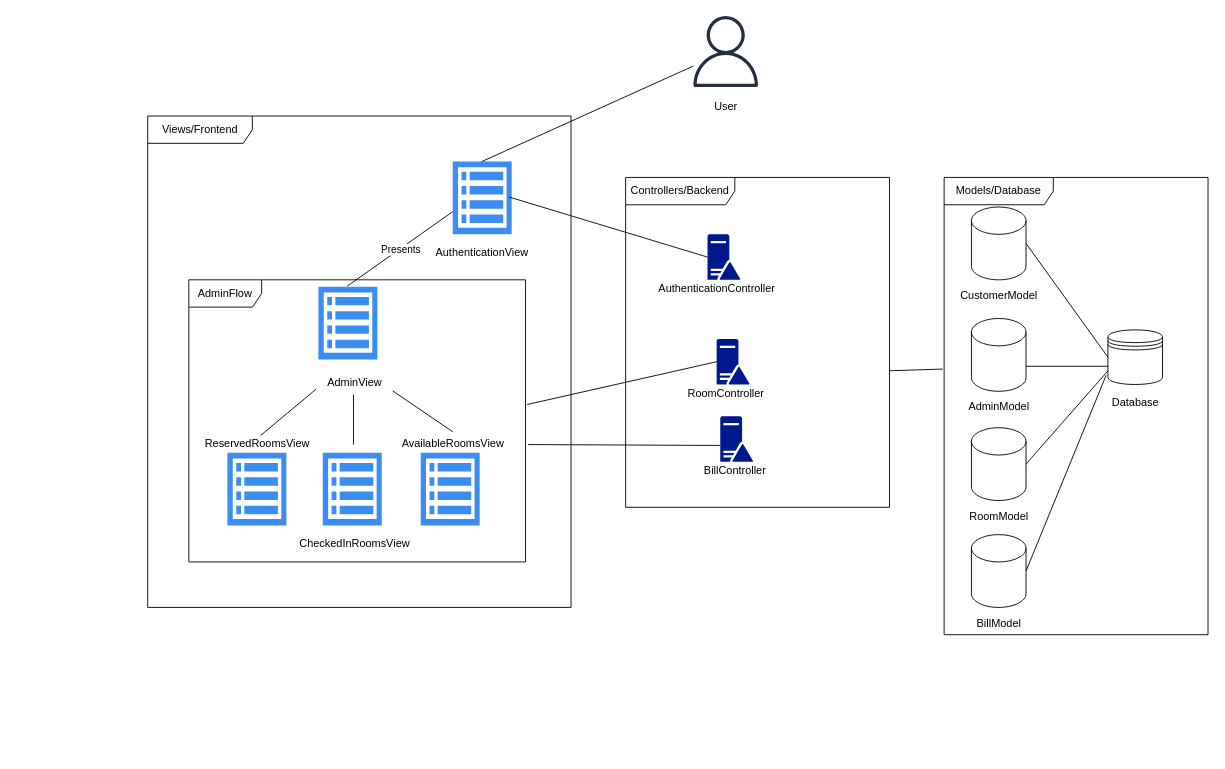
mclhtay/CS4471 keeps this draw.io diagram as Diagrams/SystemArchitecture/System Architecture.drawio. Above is the earlier version. Source tidied: cells renumbered, new cells numbered last; positions are measured from the earlier drawing's top-left corner, leaving out a move shared by most shapes. Both pictures are drawn from the tidied source at 91%, with x=0, y=0 at pixel (147, 15).
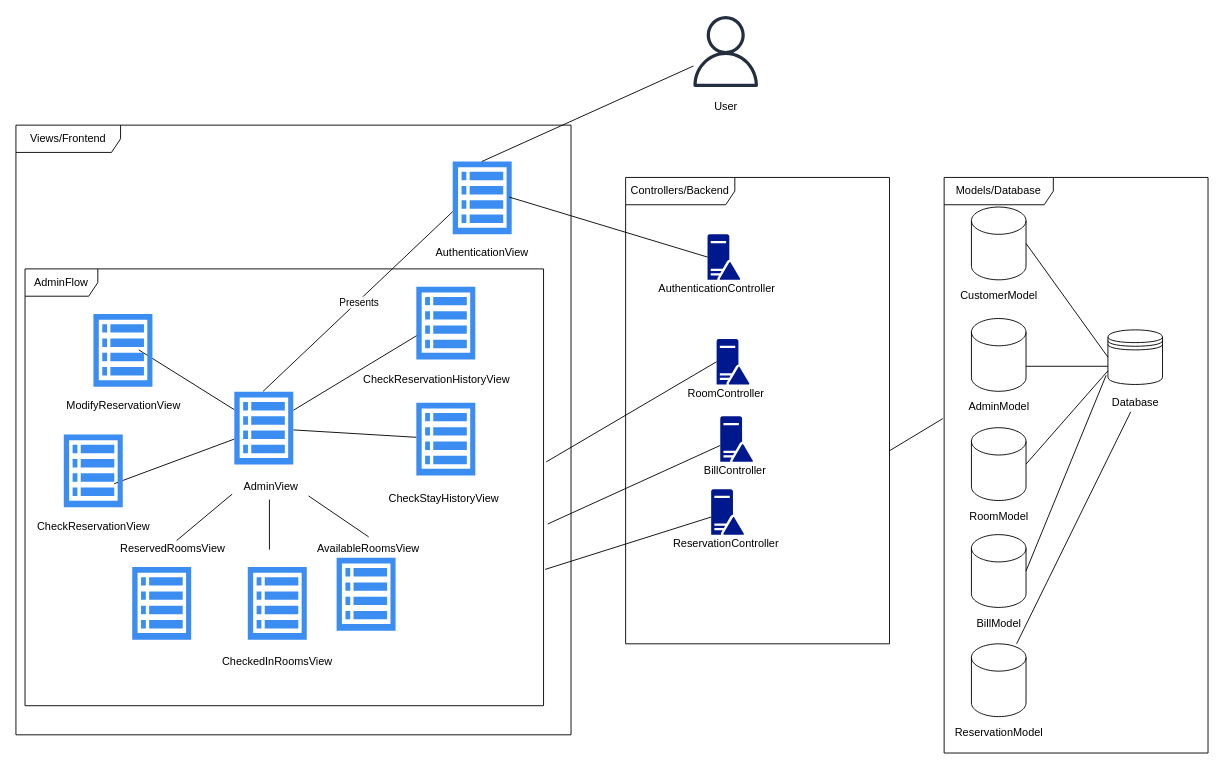
Above is the later version.

Commit message:
Modify Architecture diagram

Add reservation related architecture

Unchanged cells that the change refers to:
```xml
<mxCell id="42" value="Database" style="text;html=1;align=center;verticalAlign=middle;points=[];" parent="1" vertex="1">
  <mxGeometry x="1050" y="415" width="70" height="20" as="geometry" />
</mxCell>
```

What changed in the source:
```diff
@@
+    <mxCell id="5" value="Views/Frontend" style="shape=umlFrame;whiteSpace=wrap;html=1;width=115;height=30;" parent="1" vertex="1">
+      <mxGeometry x="-145" y="120" width="610" height="670" as="geometry" />
+    </mxCell>
+    <mxCell id="3" value="AdminFlow" style="shape=umlFrame;whiteSpace=wrap;html=1;width=80;height=30;" parent="1" vertex="1">
+      <mxGeometry x="-135" y="278" width="569.8" height="480" as="geometry" />
+    </mxCell>
     <mxCell id="2" value="Models/Database" style="shape=umlFrame;whiteSpace=wrap;html=1;width=120;height=30;" parent="1" vertex="1">
-      <mxGeometry x="875" y="177.5" width="290" height="502.5" as="geometry" />
+      <mxGeometry x="875" y="177.5" width="290" height="632.5" as="geometry" />
     </mxCell>
-    <mxCell id="3" value="AdminFlow" style="shape=umlFrame;whiteSpace=wrap;html=1;width=80;height=30;" parent="1" vertex="1">
-      <mxGeometry x="45" y="290" width="370" height="310" as="geometry" />
-    </mxCell>
     <mxCell id="4" value="Controllers/Backend" style="shape=umlFrame;whiteSpace=wrap;html=1;width=120;height=30;" parent="1" vertex="1">
-      <mxGeometry x="525" y="177.5" width="290" height="362.5" as="geometry" />
+      <mxGeometry x="525" y="177.5" width="290" height="512.5" as="geometry" />
     </mxCell>
-    <mxCell id="5" value="Views/Frontend" style="shape=umlFrame;whiteSpace=wrap;html=1;width=115;height=30;" parent="1" vertex="1">
-      <mxGeometry x="-0.2" y="110" width="465.2" height="540" as="geometry" />
-    </mxCell>
+    <mxCell id="48" style="edgeStyle=none;rounded=0;jettySize=auto;html=1;endArrow=none;endFill=0;" parent="1" edge="1" source="6" target="61">
+      <mxGeometry relative="1" as="geometry" />
+    </mxCell>
+    <mxCell id="49" style="edgeStyle=none;rounded=0;jettySize=auto;html=1;entryX=0.015;entryY=0.669;entryDx=0;entryDy=0;entryPerimeter=0;endArrow=none;endFill=0;" parent="1" edge="1" source="6" target="57">
+      <mxGeometry relative="1" as="geometry" />
+    </mxCell>
+    <mxCell id="50" style="edgeStyle=none;rounded=0;jettySize=auto;html=1;entryX=0.769;entryY=0.494;entryDx=0;entryDy=0;entryPerimeter=0;endArrow=none;endFill=0;" parent="1" edge="1" source="6" target="14">
+      <mxGeometry relative="1" as="geometry" />
+    </mxCell>
+    <mxCell id="51" style="edgeStyle=none;rounded=0;jettySize=auto;html=1;entryX=0.855;entryY=0.675;entryDx=0;entryDy=0;entryPerimeter=0;endArrow=none;endFill=0;" parent="1" edge="1" source="6" target="59">
+      <mxGeometry relative="1" as="geometry" />
+    </mxCell>
     <mxCell id="6" style="html=1;strokeColor=none;shadow=0;align=center;verticalAlign=top;fillColor=#3B8DF1;shape=mxgraph.gcp2.view_list;" parent="1" vertex="1">
-      <mxGeometry x="187.4" y="297.5" width="64.8" height="80" as="geometry" />
+      <mxGeometry x="95" y="413" width="64.8" height="80" as="geometry" />
     </mxCell>
     <mxCell id="7" value="AdminView" style="text;html=1;align=center;verticalAlign=middle;points=[];" parent="1" vertex="1">
-      <mxGeometry x="187.4" y="392.5" width="80" height="20" as="geometry" />
+      <mxGeometry x="95" y="508" width="80" height="20" as="geometry" />
     </mxCell>
     <mxCell id="8" style="html=1;strokeColor=none;shadow=0;align=center;verticalAlign=top;fillColor=#3B8DF1;shape=mxgraph.gcp2.view_list;" parent="1" vertex="1">
-      <mxGeometry x="299.8" y="480" width="64.8" height="80" as="geometry" />
+      <mxGeometry x="207.4" y="595.5" width="64.8" height="80" as="geometry" />
     </mxCell>
@@
     <mxCell id="11" value="ReservedRoomsView" style="text;html=1;align=center;verticalAlign=middle;points=[];" parent="1" vertex="1">
-      <mxGeometry x="54.8" y="460" width="130" height="20" as="geometry" />
+      <mxGeometry x="-37.6" y="575.5" width="130" height="20" as="geometry" />
     </mxCell>
     <mxCell id="12" style="html=1;strokeColor=none;shadow=0;align=center;verticalAlign=top;fillColor=#3B8DF1;shape=mxgraph.gcp2.view_list;" parent="1" vertex="1">
-      <mxGeometry x="87.4" y="480" width="64.8" height="80" as="geometry" />
+      <mxGeometry x="-17.2" y="605.5" width="64.8" height="80" as="geometry" />
     </mxCell>
     <mxCell id="13" value="CheckedInRoomsView" style="text;html=1;align=center;verticalAlign=middle;" parent="1" vertex="1">
-      <mxGeometry x="157.4" y="570" width="140" height="20" as="geometry" />
+      <mxGeometry x="72.2" y="700" width="140" height="20" as="geometry" />
     </mxCell>
     <mxCell id="14" style="html=1;strokeColor=none;shadow=0;align=center;verticalAlign=top;fillColor=#3B8DF1;shape=mxgraph.gcp2.view_list;" parent="1" vertex="1">
-      <mxGeometry x="192.2" y="480" width="64.8" height="80" as="geometry" />
+      <mxGeometry x="-59.8" y="327.5" width="64.8" height="80" as="geometry" />
     </mxCell>
     <mxCell id="15" value="AvailableRoomsView" style="text;html=1;align=center;verticalAlign=middle;points=[];" parent="1" vertex="1">
-      <mxGeometry x="269.8" y="460" width="130" height="20" as="geometry" />
+      <mxGeometry x="177.4" y="575.5" width="130" height="20" as="geometry" />
     </mxCell>
@@
     <mxCell id="31" style="endArrow=none;html=1;entryX=0.482;entryY=1.175;entryDx=0;entryDy=0;entryPerimeter=0;" parent="1" edge="1" target="7">
       <mxGeometry relative="1" as="geometry">
-        <mxPoint x="226" y="471" as="sourcePoint" />
+        <mxPoint x="133.6" y="586.5" as="sourcePoint" />
       </mxGeometry>
     </mxCell>
@@
+    <mxCell id="52" style="rounded=0;jettySize=auto;html=1;entryX=1.003;entryY=0.688;entryDx=0;entryDy=0;entryPerimeter=0;endArrow=none;endFill=0;" parent="1" edge="1" source="53" target="3">
+      <mxGeometry relative="1" as="geometry" />
+    </mxCell>
+    <mxCell id="53" style="shadow=0;dashed=0;html=1;strokeColor=none;labelPosition=center;verticalLabelPosition=bottom;verticalAlign=top;align=center;fillColor=#00188D;shape=mxgraph.mscae.enterprise.domain_controller;" parent="1" vertex="1">
+      <mxGeometry x="619" y="520" width="36" height="50" as="geometry" />
+    </mxCell>
+    <mxCell id="54" value="ReservationController" style="text;html=1;align=center;verticalAlign=middle;" parent="1" vertex="1">
+      <mxGeometry x="565" y="565" width="140" height="30" as="geometry" />
+    </mxCell>
+    <mxCell id="55" style="html=1;strokeColor=none;shadow=0;align=center;verticalAlign=top;fillColor=#3B8DF1;shape=mxgraph.gcp2.view_list;" parent="1" vertex="1">
+      <mxGeometry x="109.8" y="605.5" width="64.8" height="80" as="geometry" />
+    </mxCell>
+    <mxCell id="56" value="ModifyReservationView" style="text;html=1;align=center;verticalAlign=middle;" parent="1" vertex="1">
+      <mxGeometry x="-102.4" y="412.5" width="150" height="30" as="geometry" />
+    </mxCell>
+    <mxCell id="57" style="html=1;strokeColor=none;shadow=0;align=center;verticalAlign=top;fillColor=#3B8DF1;shape=mxgraph.gcp2.view_list;" parent="1" vertex="1">
+      <mxGeometry x="295" y="297.5" width="64.8" height="80" as="geometry" />
+    </mxCell>
+    <mxCell id="58" value="CheckReservationHistoryView" style="text;html=1;align=center;verticalAlign=middle;" parent="1" vertex="1">
+      <mxGeometry x="227.4" y="385" width="180" height="30" as="geometry" />
+    </mxCell>
+    <mxCell id="59" style="html=1;strokeColor=none;shadow=0;align=center;verticalAlign=top;fillColor=#3B8DF1;shape=mxgraph.gcp2.view_list;" parent="1" vertex="1">
+      <mxGeometry x="-92.4" y="460" width="64.8" height="80" as="geometry" />
+    </mxCell>
+    <mxCell id="60" value="CheckReservationView" style="text;html=1;align=center;verticalAlign=middle;" parent="1" vertex="1">
+      <mxGeometry x="-135" y="545.5" width="150" height="30" as="geometry" />
+    </mxCell>
+    <mxCell id="61" style="html=1;strokeColor=none;shadow=0;align=center;verticalAlign=top;fillColor=#3B8DF1;shape=mxgraph.gcp2.view_list;" parent="1" vertex="1">
+      <mxGeometry x="295" y="425" width="64.8" height="80" as="geometry" />
+    </mxCell>
+    <mxCell id="62" value="CheckStayHistoryView" style="text;html=1;align=center;verticalAlign=middle;" parent="1" vertex="1">
+      <mxGeometry x="255" y="515.5" width="140" height="30" as="geometry" />
+    </mxCell>
+    <mxCell id="63" style="edgeStyle=none;rounded=0;jettySize=auto;html=1;endArrow=none;endFill=0;" parent="1" edge="1" source="64" target="42">
+      <mxGeometry relative="1" as="geometry" />
+    </mxCell>
+    <mxCell id="64" style="shape=cylinder3;whiteSpace=wrap;html=1;boundedLbl=1;backgroundOutline=1;size=15;" parent="1" vertex="1">
+      <mxGeometry x="905" y="690" width="60" height="80" as="geometry" />
+    </mxCell>
+    <mxCell id="65" value="ReservationModel" style="text;html=1;align=center;verticalAlign=middle;" parent="1" vertex="1">
+      <mxGeometry x="875" y="772.5" width="120" height="30" as="geometry" />
+    </mxCell>
```
